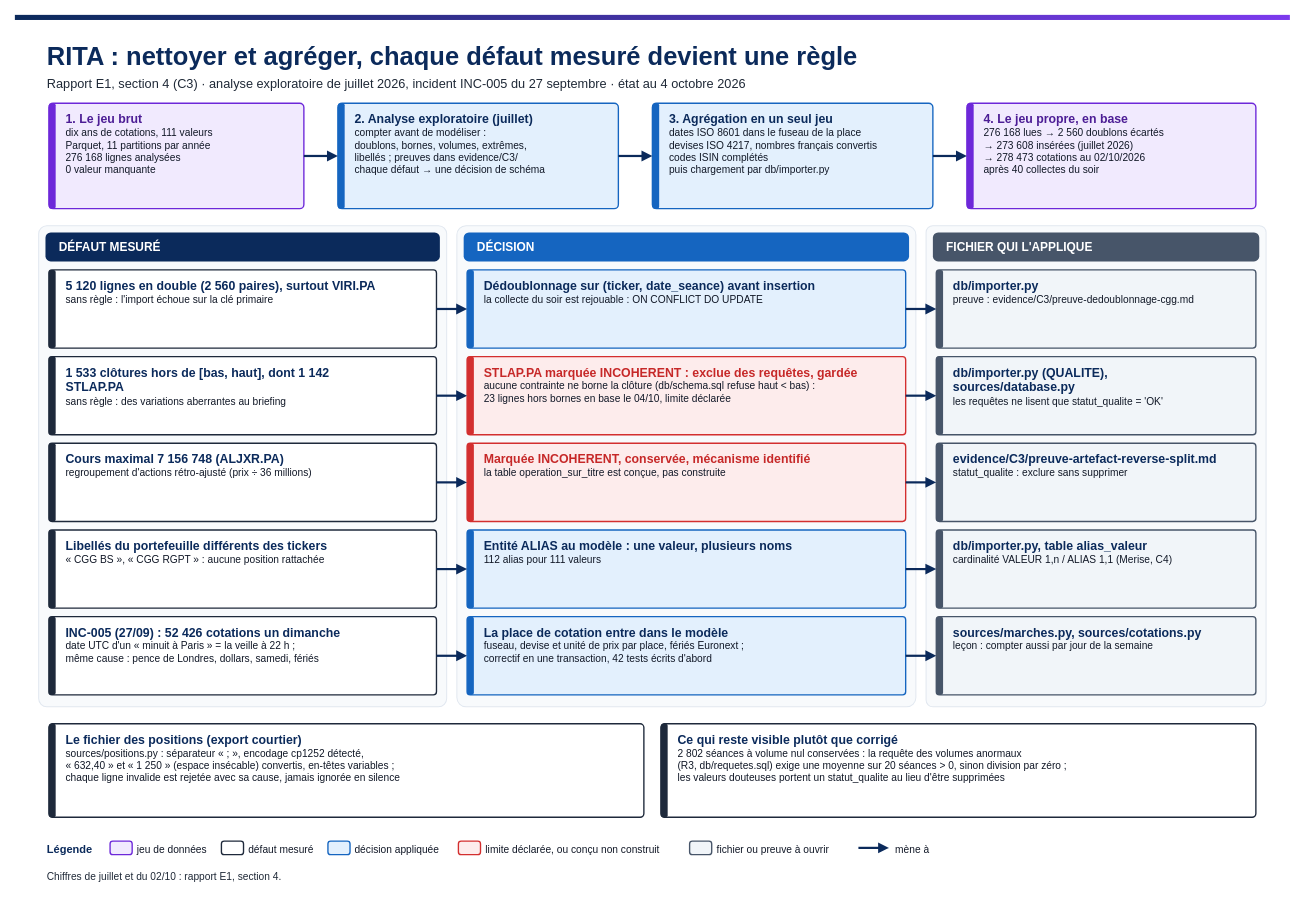
Earlier version of the draw.io diagram docs/rapports/E1/schemas/E1-nettoyage.drawio (Ganda15/rita-agent). Source tidied: cells renumbered, new cells numbered last; positions are measured from the earlier drawing's top-left corner, leaving out a move shared by most shapes. Both pictures are drawn from the tidied source at 85%, with x=0, y=0 at pixel (14, 14).
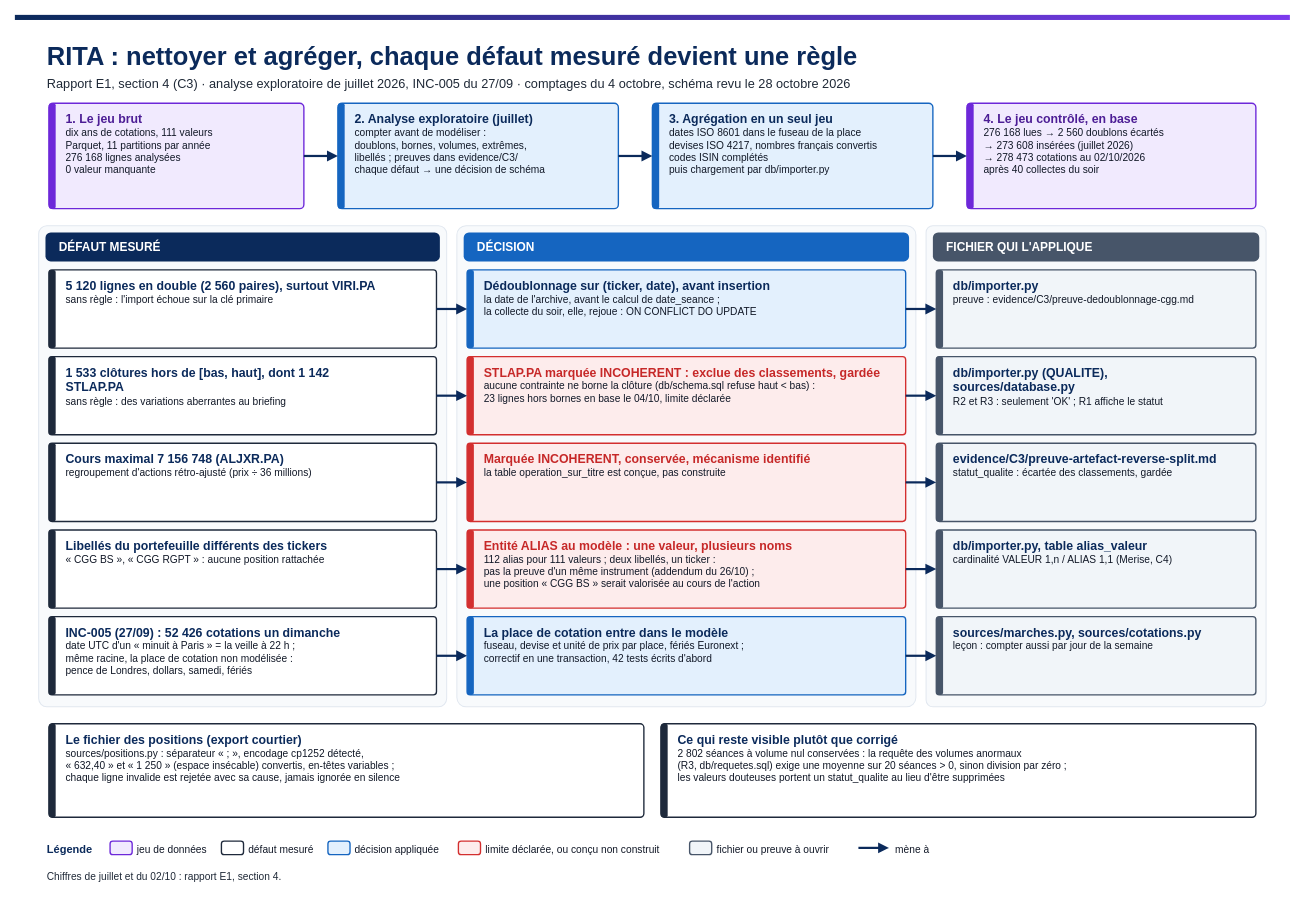
Above is the later version.

What changed in the source:
```diff
@@
-    <mxCell id="4" value="Rapport E1, section 4 (C3) · analyse exploratoire de juillet 2026, incident INC-005 du 27 septembre · état au 4 octobre 2026" style="text;html=1;align=left;fontSize=15;fontColor=#1F2937;" parent="1" vertex="1">
+    <mxCell id="4" value="Rapport E1, section 4 (C3) · analyse exploratoire de juillet 2026, INC-005 du 27/09 · comptages du 4 octobre, schéma revu le 28 octobre 2026" style="text;html=1;align=left;fontSize=15;fontColor=#1F2937;" parent="1" vertex="1">
       <mxGeometry x="36" y="66" width="1428" height="24" as="geometry" />
     </mxCell>
@@
-    <mxCell id="17" value="&lt;b&gt;&lt;font style=&quot;font-size:14.5px;color:#4C1D95&quot;&gt;4. Le jeu propre, en base&lt;/font&gt;&lt;/b&gt;&lt;br&gt;&lt;font style=&quot;font-size:12px;color:#111827&quot;&gt;276 168 lues → 2 560 doublons écartés&lt;/font&gt;&lt;br&gt;&lt;font style=&quot;font-size:12px;color:#111827&quot;&gt;→ 273 608 insérées (juillet 2026)&lt;/font&gt;&lt;br&gt;&lt;font style=&quot;font-size:12px;color:#111827&quot;&gt;→ 278 473 cotations au 02/10/2026&lt;/font&gt;&lt;br&gt;&lt;font style=&quot;font-size:12px;color:#111827&quot;&gt;après 40 collectes du soir&lt;/font&gt;" style="rounded=1;arcSize=4;whiteSpace=wrap;html=1;fillColor=#F1EAFE;strokeColor=#6D28D9;strokeWidth=1.6;align=left;verticalAlign=top;spacingLeft=18;spacingTop=4;fontSize=12;fontColor=#111827;" parent="1" vertex="1">
+    <mxCell id="17" value="&lt;b&gt;&lt;font style=&quot;font-size:14.5px;color:#4C1D95&quot;&gt;4. Le jeu contrôlé, en base&lt;/font&gt;&lt;/b&gt;&lt;br&gt;&lt;font style=&quot;font-size:12px;color:#111827&quot;&gt;276 168 lues → 2 560 doublons écartés&lt;/font&gt;&lt;br&gt;&lt;font style=&quot;font-size:12px;color:#111827&quot;&gt;→ 273 608 insérées (juillet 2026)&lt;/font&gt;&lt;br&gt;&lt;font style=&quot;font-size:12px;color:#111827&quot;&gt;→ 278 473 cotations au 02/10/2026&lt;/font&gt;&lt;br&gt;&lt;font style=&quot;font-size:12px;color:#111827&quot;&gt;après 40 collectes du soir&lt;/font&gt;" style="rounded=1;arcSize=4;whiteSpace=wrap;html=1;fillColor=#F1EAFE;strokeColor=#6D28D9;strokeWidth=1.6;align=left;verticalAlign=top;spacingLeft=18;spacingTop=4;fontSize=12;fontColor=#111827;" parent="1" vertex="1">
       <mxGeometry x="1120" y="104" width="340" height="124" as="geometry" />
     </mxCell>
@@
-    <mxCell id="21" value="&lt;b&gt;&lt;font style=&quot;font-size:14.5px;color:#0B2A5B&quot;&gt;Dédoublonnage sur (ticker, date_seance) avant insertion&lt;/font&gt;&lt;/b&gt;&lt;br&gt;&lt;font style=&quot;font-size:12px;color:#111827&quot;&gt;la collecte du soir est rejouable : ON CONFLICT DO UPDATE&lt;/font&gt;" style="rounded=1;arcSize=4;whiteSpace=wrap;html=1;fillColor=#E3F0FD;strokeColor=#1565C0;strokeWidth=1.6;align=left;verticalAlign=top;spacingLeft=18;spacingTop=4;fontSize=12;fontColor=#111827;" parent="1" vertex="1">
+    <mxCell id="21" value="&lt;b&gt;&lt;font style=&quot;font-size:14.5px;color:#0B2A5B&quot;&gt;Dédoublonnage sur (ticker, date), avant insertion&lt;/font&gt;&lt;/b&gt;&lt;br&gt;&lt;font style=&quot;font-size:12px;color:#111827&quot;&gt;la date de l&amp;#x27;archive, avant le calcul de date_seance ;&lt;/font&gt;&lt;br&gt;&lt;font style=&quot;font-size:12px;color:#111827&quot;&gt;la collecte du soir, elle, rejoue : ON CONFLICT DO UPDATE&lt;/font&gt;" style="rounded=1;arcSize=4;whiteSpace=wrap;html=1;fillColor=#E3F0FD;strokeColor=#1565C0;strokeWidth=1.6;align=left;verticalAlign=top;spacingLeft=18;spacingTop=4;fontSize=12;fontColor=#111827;" parent="1" vertex="1">
       <mxGeometry x="532" y="300" width="516" height="92" as="geometry" />
     </mxCell>
@@
-    <mxCell id="27" value="&lt;b&gt;&lt;font style=&quot;font-size:14.5px;color:#C62828&quot;&gt;STLAP.PA marquée INCOHERENT : exclue des requêtes, gardée&lt;/font&gt;&lt;/b&gt;&lt;br&gt;&lt;font style=&quot;font-size:12px;color:#111827&quot;&gt;aucune contrainte ne borne la clôture (db/schema.sql refuse haut &amp;lt; bas) :&lt;/font&gt;&lt;br&gt;&lt;font style=&quot;font-size:12px;color:#111827&quot;&gt;23 lignes hors bornes en base le 04/10, limite déclarée&lt;/font&gt;" style="rounded=1;arcSize=4;whiteSpace=wrap;html=1;fillColor=#FDECEC;strokeColor=#D32F2F;strokeWidth=1.6;align=left;verticalAlign=top;spacingLeft=18;spacingTop=4;fontSize=12;fontColor=#111827;" parent="1" vertex="1">
+    <mxCell id="27" value="&lt;b&gt;&lt;font style=&quot;font-size:14.5px;color:#C62828&quot;&gt;STLAP.PA marquée INCOHERENT : exclue des classements, gardée&lt;/font&gt;&lt;/b&gt;&lt;br&gt;&lt;font style=&quot;font-size:12px;color:#111827&quot;&gt;aucune contrainte ne borne la clôture (db/schema.sql refuse haut &amp;lt; bas) :&lt;/font&gt;&lt;br&gt;&lt;font style=&quot;font-size:12px;color:#111827&quot;&gt;23 lignes hors bornes en base le 04/10, limite déclarée&lt;/font&gt;" style="rounded=1;arcSize=4;whiteSpace=wrap;html=1;fillColor=#FDECEC;strokeColor=#D32F2F;strokeWidth=1.6;align=left;verticalAlign=top;spacingLeft=18;spacingTop=4;fontSize=12;fontColor=#111827;" parent="1" vertex="1">
       <mxGeometry x="532" y="402" width="516" height="92" as="geometry" />
     </mxCell>
@@
-    <mxCell id="29" value="&lt;b&gt;&lt;font style=&quot;font-size:14.5px;color:#0B2A5B&quot;&gt;db/importer.py (QUALITE),&lt;/font&gt;&lt;/b&gt;&lt;br&gt;&lt;b&gt;&lt;font style=&quot;font-size:14.5px;color:#0B2A5B&quot;&gt;  sources/database.py&lt;/font&gt;&lt;/b&gt;&lt;br&gt;&lt;font style=&quot;font-size:12px;color:#111827&quot;&gt;les requêtes ne lisent que statut_qualite = &amp;#x27;OK&amp;#x27;&lt;/font&gt;" style="rounded=1;arcSize=4;whiteSpace=wrap;html=1;fillColor=#F1F5F9;strokeColor=#475569;strokeWidth=1.6;align=left;verticalAlign=top;spacingLeft=18;spacingTop=4;fontSize=12;fontColor=#111827;" parent="1" vertex="1">
+    <mxCell id="29" value="&lt;b&gt;&lt;font style=&quot;font-size:14.5px;color:#0B2A5B&quot;&gt;db/importer.py (QUALITE),&lt;/font&gt;&lt;/b&gt;&lt;br&gt;&lt;b&gt;&lt;font style=&quot;font-size:14.5px;color:#0B2A5B&quot;&gt;  sources/database.py&lt;/font&gt;&lt;/b&gt;&lt;br&gt;&lt;font style=&quot;font-size:12px;color:#111827&quot;&gt;R2 et R3 : seulement &amp;#x27;OK&amp;#x27; ; R1 affiche le statut&lt;/font&gt;" style="rounded=1;arcSize=4;whiteSpace=wrap;html=1;fillColor=#F1F5F9;strokeColor=#475569;strokeWidth=1.6;align=left;verticalAlign=top;spacingLeft=18;spacingTop=4;fontSize=12;fontColor=#111827;" parent="1" vertex="1">
       <mxGeometry x="1084" y="402" width="376" height="92" as="geometry" />
     </mxCell>
@@
-    <mxCell id="35" value="&lt;b&gt;&lt;font style=&quot;font-size:14.5px;color:#0B2A5B&quot;&gt;evidence/C3/preuve-artefact-reverse-split.md&lt;/font&gt;&lt;/b&gt;&lt;br&gt;&lt;font style=&quot;font-size:12px;color:#111827&quot;&gt;statut_qualite : exclure sans supprimer&lt;/font&gt;" style="rounded=1;arcSize=4;whiteSpace=wrap;html=1;fillColor=#F1F5F9;strokeColor=#475569;strokeWidth=1.6;align=left;verticalAlign=top;spacingLeft=18;spacingTop=4;fontSize=12;fontColor=#111827;" parent="1" vertex="1">
+    <mxCell id="35" value="&lt;b&gt;&lt;font style=&quot;font-size:14.5px;color:#0B2A5B&quot;&gt;evidence/C3/preuve-artefact-reverse-split.md&lt;/font&gt;&lt;/b&gt;&lt;br&gt;&lt;font style=&quot;font-size:12px;color:#111827&quot;&gt;statut_qualite : écartée des classements, gardée&lt;/font&gt;" style="rounded=1;arcSize=4;whiteSpace=wrap;html=1;fillColor=#F1F5F9;strokeColor=#475569;strokeWidth=1.6;align=left;verticalAlign=top;spacingLeft=18;spacingTop=4;fontSize=12;fontColor=#111827;" parent="1" vertex="1">
       <mxGeometry x="1084" y="504" width="376" height="92" as="geometry" />
     </mxCell>
@@
-    <mxCell id="39" value="&lt;b&gt;&lt;font style=&quot;font-size:14.5px;color:#0B2A5B&quot;&gt;Entité ALIAS au modèle : une valeur, plusieurs noms&lt;/font&gt;&lt;/b&gt;&lt;br&gt;&lt;font style=&quot;font-size:12px;color:#111827&quot;&gt;112 alias pour 111 valeurs&lt;/font&gt;" style="rounded=1;arcSize=4;whiteSpace=wrap;html=1;fillColor=#E3F0FD;strokeColor=#1565C0;strokeWidth=1.6;align=left;verticalAlign=top;spacingLeft=18;spacingTop=4;fontSize=12;fontColor=#111827;" parent="1" vertex="1">
+    <mxCell id="39" value="&lt;b&gt;&lt;font style=&quot;font-size:14.5px;color:#C62828&quot;&gt;Entité ALIAS au modèle : une valeur, plusieurs noms&lt;/font&gt;&lt;/b&gt;&lt;br&gt;&lt;font style=&quot;font-size:12px;color:#111827&quot;&gt;112 alias pour 111 valeurs ; deux libellés, un ticker :&lt;/font&gt;&lt;br&gt;&lt;font style=&quot;font-size:12px;color:#111827&quot;&gt;pas la preuve d&amp;#x27;un même instrument (addendum du 26/10) ;&lt;/font&gt;&lt;br&gt;&lt;font style=&quot;font-size:12px;color:#111827&quot;&gt;une position « CGG BS » serait valorisée au cours de l&amp;#x27;action&lt;/font&gt;" style="rounded=1;arcSize=4;whiteSpace=wrap;html=1;fillColor=#FDECEC;strokeColor=#D32F2F;strokeWidth=1.6;align=left;verticalAlign=top;spacingLeft=18;spacingTop=4;fontSize=12;fontColor=#111827;" parent="1" vertex="1">
       <mxGeometry x="532" y="606" width="516" height="92" as="geometry" />
     </mxCell>
-    <mxCell id="40" style="rounded=1;arcSize=30;html=1;fillColor=#1565C0;strokeColor=none;" parent="1" vertex="1">
+    <mxCell id="40" style="rounded=1;arcSize=30;html=1;fillColor=#D32F2F;strokeColor=none;" parent="1" vertex="1">
       <mxGeometry x="532" y="606" width="8" height="92" as="geometry" />
     </mxCell>
@@
-    <mxCell id="43" value="&lt;b&gt;&lt;font style=&quot;font-size:14.5px;color:#0B2A5B&quot;&gt;INC-005 (27/09) : 52 426 cotations un dimanche&lt;/font&gt;&lt;/b&gt;&lt;br&gt;&lt;font style=&quot;font-size:12px;color:#111827&quot;&gt;date UTC d&amp;#x27;un « minuit à Paris » = la veille à 22 h ;&lt;/font&gt;&lt;br&gt;&lt;font style=&quot;font-size:12px;color:#111827&quot;&gt;même cause : pence de Londres, dollars, samedi, fériés&lt;/font&gt;" style="rounded=1;arcSize=4;whiteSpace=wrap;html=1;fillColor=#FFFFFF;strokeColor=#1E293B;strokeWidth=1.6;align=left;verticalAlign=top;spacingLeft=18;spacingTop=4;fontSize=12;fontColor=#111827;" parent="1" vertex="1">
+    <mxCell id="43" value="&lt;b&gt;&lt;font style=&quot;font-size:14.5px;color:#0B2A5B&quot;&gt;INC-005 (27/09) : 52 426 cotations un dimanche&lt;/font&gt;&lt;/b&gt;&lt;br&gt;&lt;font style=&quot;font-size:12px;color:#111827&quot;&gt;date UTC d&amp;#x27;un « minuit à Paris » = la veille à 22 h ;&lt;/font&gt;&lt;br&gt;&lt;font style=&quot;font-size:12px;color:#111827&quot;&gt;même racine, la place de cotation non modélisée :&lt;/font&gt;&lt;br&gt;&lt;font style=&quot;font-size:12px;color:#111827&quot;&gt;pence de Londres, dollars, samedi, fériés&lt;/font&gt;" style="rounded=1;arcSize=4;whiteSpace=wrap;html=1;fillColor=#FFFFFF;strokeColor=#1E293B;strokeWidth=1.6;align=left;verticalAlign=top;spacingLeft=18;spacingTop=4;fontSize=12;fontColor=#111827;" parent="1" vertex="1">
       <mxGeometry x="40" y="708" width="456" height="92" as="geometry" />
     </mxCell>
```
